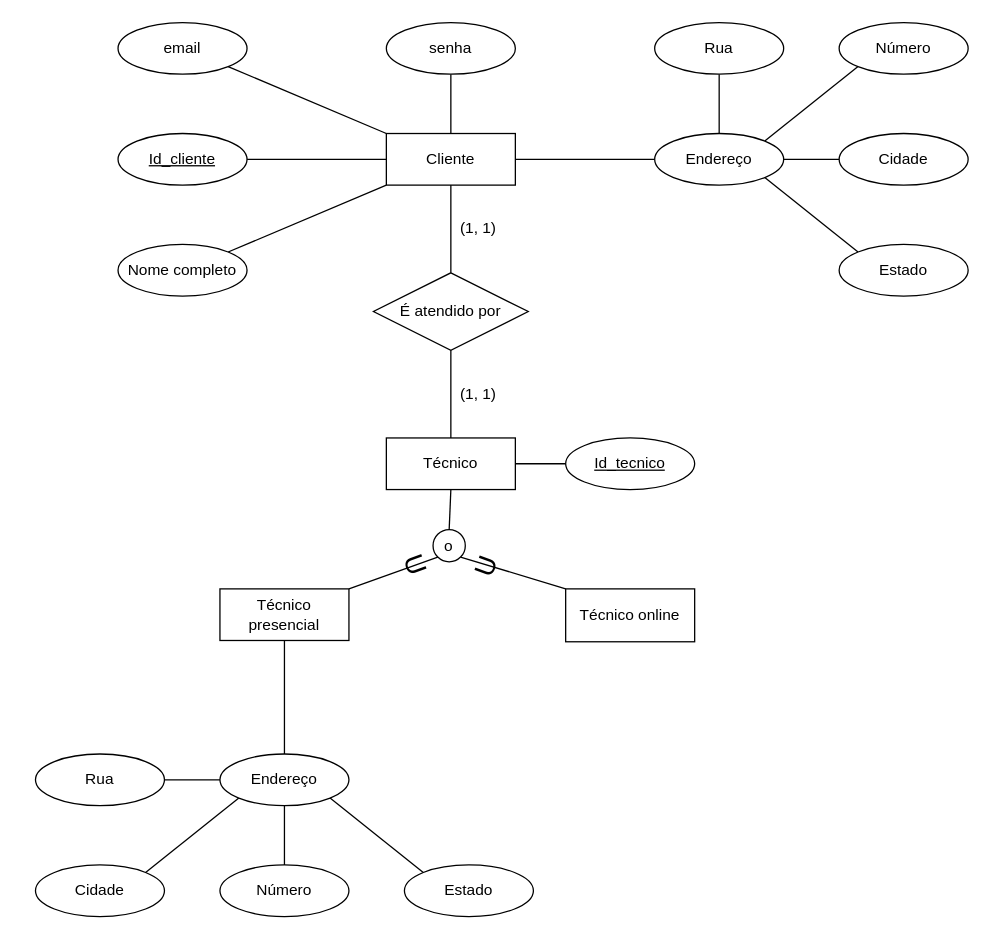
Earlier version of the draw.io diagram page "Diagrama ER" (2 of 4) of Project diagrams and requirements/Tech assistance.drawio (felipepmoreno/Tech-assistanceSoftware). Source tidied: cells renumbered, new cells numbered last; positions are measured from the earlier drawing's top-left corner, leaving out a move shared by most shapes. Both pictures are drawn from the tidied source at 129%, with x=0, y=0 at pixel (35, 22).
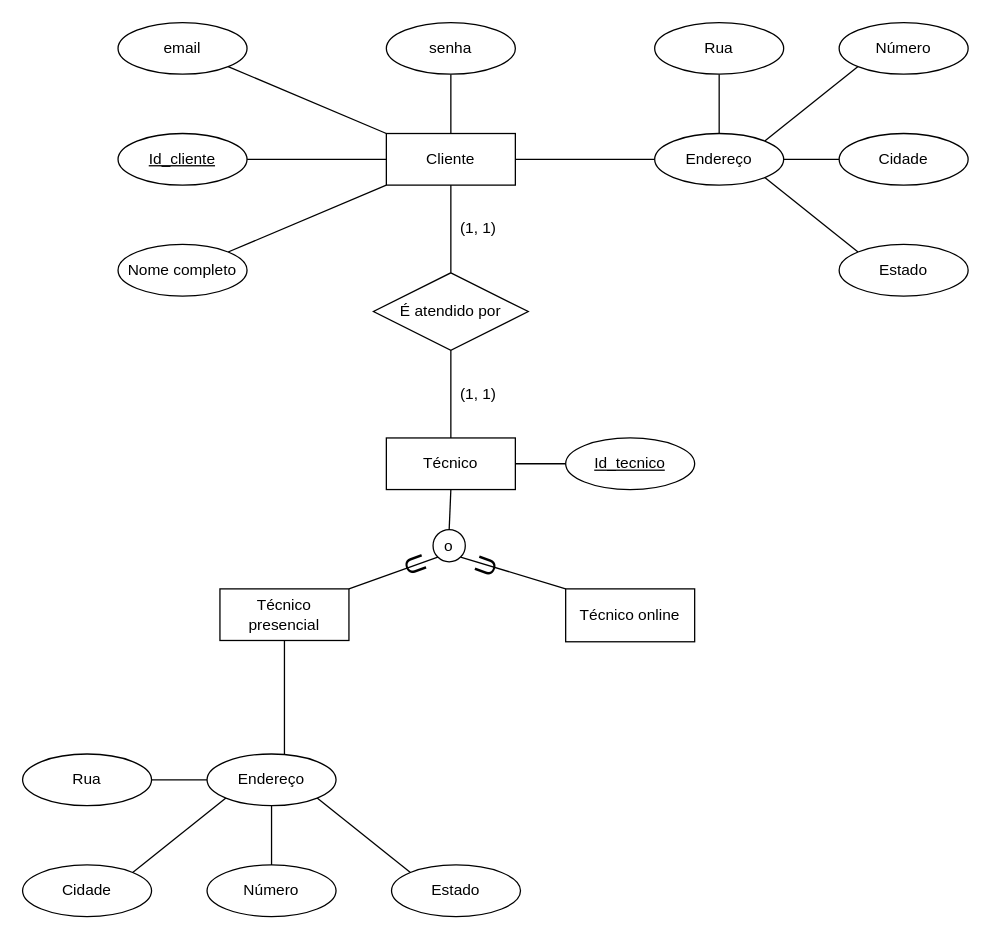
The same diagram, later.

The change refers to these unchanged cells:
```xml
<mxCell id="21" value="Técnico presencial" style="whiteSpace=wrap;html=1;align=center;" parent="1" vertex="1">
  <mxGeometry x="143" y="439" width="100" height="40" as="geometry" />
</mxCell>
```

Change to the diagram source:
```diff
@@
-    <mxCell id="41" style="edgeStyle=none;rounded=0;jettySize=auto;html=1;exitX=0.5;exitY=0;exitDx=0;exitDy=0;entryX=0.5;entryY=1;entryDx=0;entryDy=0;endArrow=none;endFill=0;" parent="1" edge="1" source="42" target="21">
-      <mxGeometry relative="1" as="geometry" />
+    <mxCell id="41" style="edgeStyle=none;rounded=0;jettySize=auto;html=1;exitX=0.5;exitY=0;exitDx=0;exitDy=0;entryX=0.5;entryY=1;entryDx=0;entryDy=0;endArrow=none;endFill=0;" parent="1" edge="1" target="21">
+      <mxGeometry relative="1" as="geometry">
+        <mxPoint x="193" y="567" as="sourcePoint" />
+      </mxGeometry>
     </mxCell>
     <mxCell id="42" value="Endereço" style="ellipse;whiteSpace=wrap;html=1;align=center;" parent="1" vertex="1">
-      <mxGeometry x="143" y="567" width="100" height="40" as="geometry" />
+      <mxGeometry x="133" y="567" width="100" height="40" as="geometry" />
     </mxCell>
     <mxCell id="43" value="Rua" style="ellipse;whiteSpace=wrap;html=1;align=center;" parent="1" vertex="1">
-      <mxGeometry y="567" width="100" height="40" as="geometry" />
+      <mxGeometry x="-10" y="567" width="100" height="40" as="geometry" />
     </mxCell>
     <mxCell id="44" value="Número" style="ellipse;whiteSpace=wrap;html=1;align=center;" parent="1" vertex="1">
-      <mxGeometry x="143" y="653" width="100" height="40" as="geometry" />
+      <mxGeometry x="133" y="653" width="100" height="40" as="geometry" />
     </mxCell>
     <mxCell id="45" value="Cidade" style="ellipse;whiteSpace=wrap;html=1;align=center;" parent="1" vertex="1">
-      <mxGeometry y="653" width="100" height="40" as="geometry" />
+      <mxGeometry x="-10" y="653" width="100" height="40" as="geometry" />
     </mxCell>
     <mxCell id="46" value="Estado" style="ellipse;whiteSpace=wrap;html=1;align=center;" parent="1" vertex="1">
-      <mxGeometry x="286" y="653" width="100" height="40" as="geometry" />
+      <mxGeometry x="276" y="653" width="100" height="40" as="geometry" />
     </mxCell>
```
